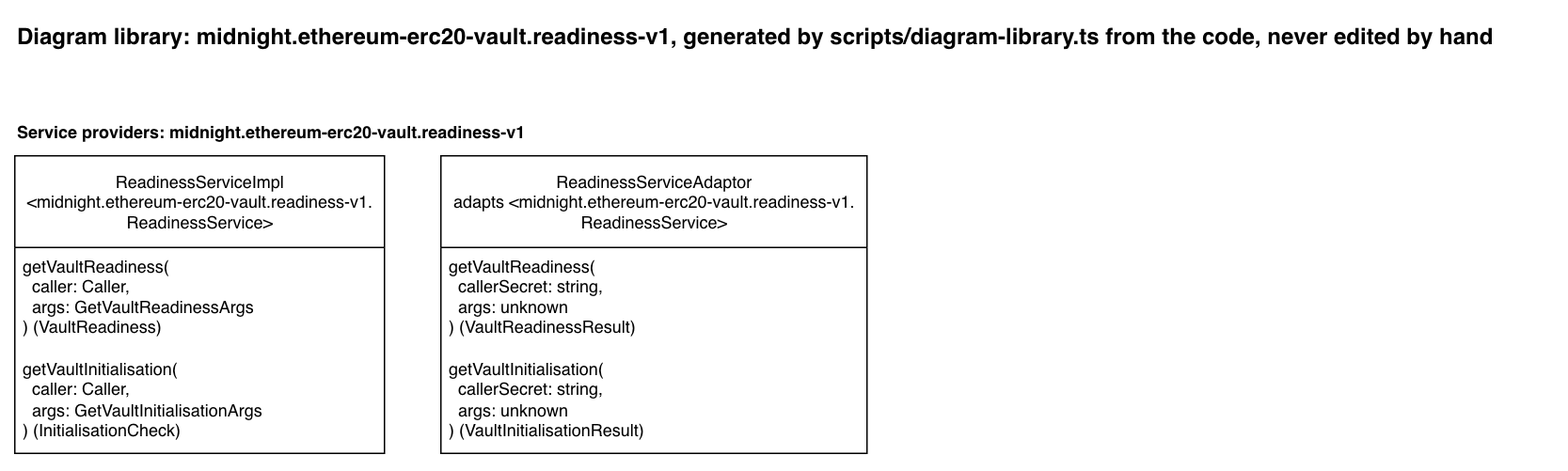
sig-net/full-stack-demo keeps this draw.io diagram as docs/diagram-library/midnight/ethereum-erc20-vault/readiness-v1/diagram-library.drawio.png. Above is the earlier version. Source tidied: cells renumbered, new cells last; positions are measured from the earlier drawing's top-left corner, leaving out a move shared by most shapes.
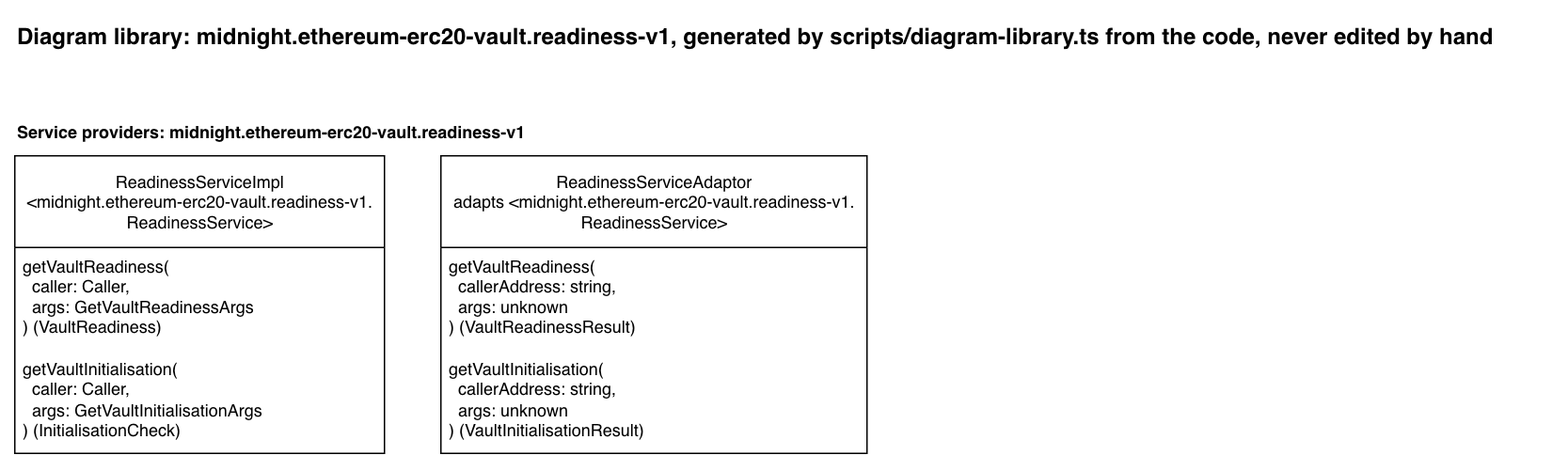
After the change.

Change to the diagram source:
```diff
@@ -20,10 +20,10 @@
     <mxCell id="7" value="ReadinessServiceAdaptor&lt;br&gt;adapts &amp;lt;midnight.ethereum-erc20-vault.readiness-v1.&lt;br&gt;ReadinessService&amp;gt;" style="swimlane;fontStyle=0;horizontal=1;startSize=65;fillColor=default;html=1;fillStyle=solid;" parent="1" vertex="1">
       <mxGeometry x="302" y="100" width="302" height="211" as="geometry" />
     </mxCell>
-    <mxCell id="8" value="getVaultReadiness(&lt;br&gt;&amp;nbsp; callerSecret: string,&lt;br&gt;&amp;nbsp; args: unknown&lt;br&gt;) (VaultReadinessResult)" style="text;strokeColor=none;fillColor=none;align=left;verticalAlign=top;spacingLeft=4;spacingRight=4;overflow=hidden;whiteSpace=wrap;html=1;" parent="7" vertex="1">
+    <mxCell id="8" value="getVaultReadiness(&lt;br&gt;&amp;nbsp; callerAddress: string,&lt;br&gt;&amp;nbsp; args: unknown&lt;br&gt;) (VaultReadinessResult)" style="text;strokeColor=none;fillColor=none;align=left;verticalAlign=top;spacingLeft=4;spacingRight=4;overflow=hidden;whiteSpace=wrap;html=1;" parent="7" vertex="1">
       <mxGeometry y="65" width="302" height="73" as="geometry" />
     </mxCell>
-    <mxCell id="9" value="getVaultInitialisation(&lt;br&gt;&amp;nbsp; callerSecret: string,&lt;br&gt;&amp;nbsp; args: unknown&lt;br&gt;) (VaultInitialisationResult)" style="text;strokeColor=none;fillColor=none;align=left;verticalAlign=top;spacingLeft=4;spacingRight=4;overflow=hidden;whiteSpace=wrap;html=1;" parent="7" vertex="1">
+    <mxCell id="9" value="getVaultInitialisation(&lt;br&gt;&amp;nbsp; callerAddress: string,&lt;br&gt;&amp;nbsp; args: unknown&lt;br&gt;) (VaultInitialisationResult)" style="text;strokeColor=none;fillColor=none;align=left;verticalAlign=top;spacingLeft=4;spacingRight=4;overflow=hidden;whiteSpace=wrap;html=1;" parent="7" vertex="1">
       <mxGeometry y="138" width="302" height="73" as="geometry" />
     </mxCell>
   </root>
```
